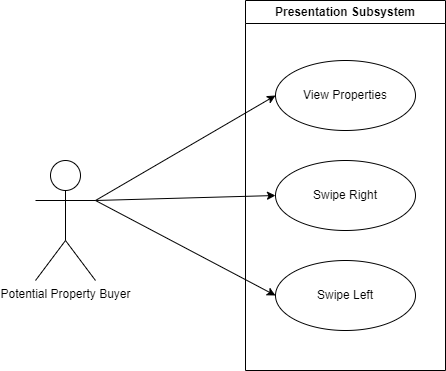
Before: diagrams/use-case diagrams/exports/presentation-usecase.png, a diagram exported from draw.io (COS301-SE-2023/EstateMatch). Source tidied: cells renumbered, new cells last; positions are measured from the earlier drawing's top-left corner, leaving out a move shared by most shapes.
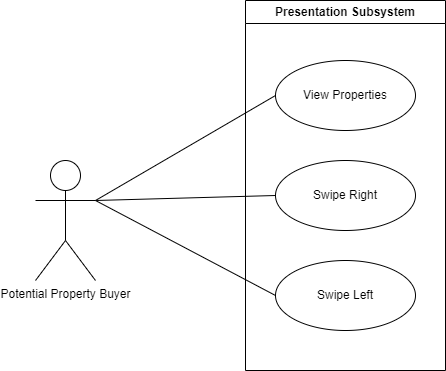
Above is the later version.

Commit message:
📝 (diagrams) Updated usecase exports

What changed in the source:
```diff
@@ -14,13 +14,13 @@
     <mxCell id="5" value="Swipe Left" style="ellipse;whiteSpace=wrap;html=1;" parent="2" vertex="1">
       <mxGeometry x="30" y="260" width="140" height="70" as="geometry" />
     </mxCell>
-    <mxCell id="6" style="edgeStyle=none;html=1;exitX=1;exitY=0.3333333333333333;exitDx=0;exitDy=0;exitPerimeter=0;entryX=0;entryY=0.5;entryDx=0;entryDy=0;" parent="1" edge="1" source="9" target="3">
+    <mxCell id="6" style="edgeStyle=none;html=1;exitX=1;exitY=0.3333333333333333;exitDx=0;exitDy=0;exitPerimeter=0;entryX=0;entryY=0.5;entryDx=0;entryDy=0;endArrow=none;endFill=0;" parent="1" edge="1" source="9" target="3">
       <mxGeometry relative="1" as="geometry" />
     </mxCell>
-    <mxCell id="7" style="edgeStyle=none;html=1;exitX=1;exitY=0.3333333333333333;exitDx=0;exitDy=0;exitPerimeter=0;entryX=0;entryY=0.5;entryDx=0;entryDy=0;" parent="1" edge="1" source="9" target="4">
+    <mxCell id="7" style="edgeStyle=none;html=1;exitX=1;exitY=0.3333333333333333;exitDx=0;exitDy=0;exitPerimeter=0;entryX=0;entryY=0.5;entryDx=0;entryDy=0;endArrow=none;endFill=0;" parent="1" edge="1" source="9" target="4">
       <mxGeometry relative="1" as="geometry" />
     </mxCell>
-    <mxCell id="8" style="edgeStyle=none;html=1;exitX=1;exitY=0.3333333333333333;exitDx=0;exitDy=0;exitPerimeter=0;entryX=0;entryY=0.5;entryDx=0;entryDy=0;" parent="1" edge="1" source="9" target="5">
+    <mxCell id="8" style="edgeStyle=none;html=1;exitX=1;exitY=0.3333333333333333;exitDx=0;exitDy=0;exitPerimeter=0;entryX=0;entryY=0.5;entryDx=0;entryDy=0;endArrow=none;endFill=0;" parent="1" edge="1" source="9" target="5">
       <mxGeometry relative="1" as="geometry" />
     </mxCell>
     <mxCell id="9" value="Potential Property Buyer" style="shape=umlActor;verticalLabelPosition=bottom;verticalAlign=top;html=1;outlineConnect=0;" parent="1" vertex="1">
```
